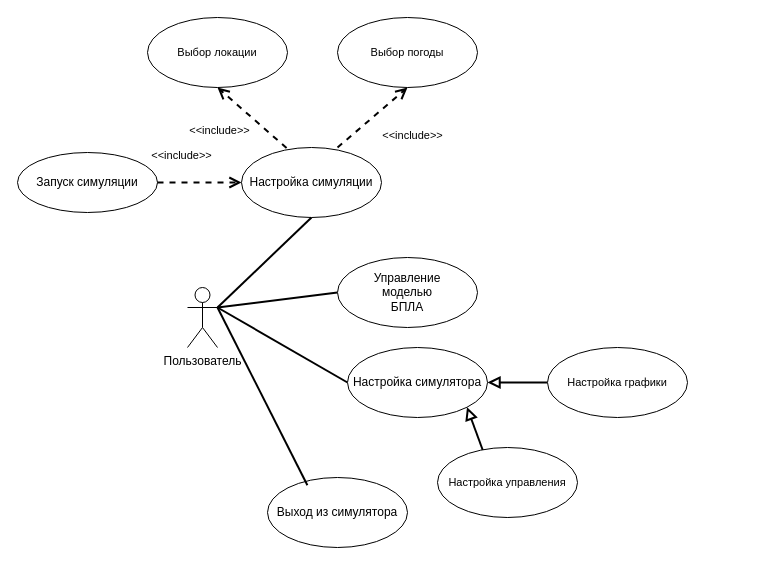
Before: PPS4.drawio in necoray/DrawIo, a draw.io diagram. Source tidied: cells renumbered, new cells numbered last; positions are measured from the earlier drawing's top-left corner, leaving out a move shared by most shapes. Both pictures are drawn from the tidied source at 100%, with x=0, y=0 at pixel (17, 17).
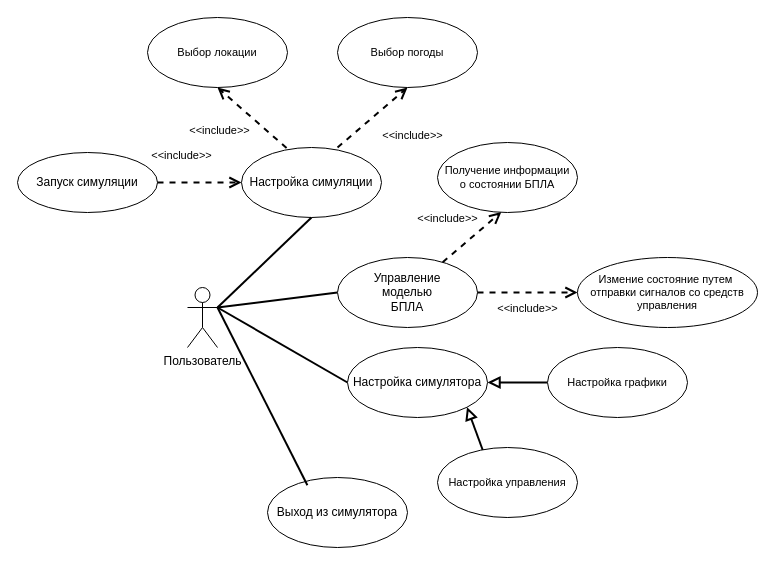
After the change.

Unchanged cells that the change refers to:
```xml
<mxCell id="19" value="Управление&lt;br&gt;моделью&lt;div&gt;БПЛА&lt;/div&gt;" style="ellipse;whiteSpace=wrap;html=1;" parent="1" vertex="1">
  <mxGeometry x="320" y="240" width="140" height="70" as="geometry" />
</mxCell>
```

Change to the diagram source:
```diff
@@
+    <mxCell id="21" value="&amp;lt;&amp;lt;include&amp;gt;&amp;gt;" style="html=1;verticalAlign=bottom;labelBackgroundColor=none;endArrow=open;endFill=0;dashed=1;rounded=0;strokeColor=default;strokeWidth=2;align=center;fontFamily=Helvetica;fontSize=11;fontColor=default;endSize=8;curved=0;entryX=0.456;entryY=0.994;entryDx=0;entryDy=0;entryPerimeter=0;" parent="1" edge="1" source="19" target="22">
+      <mxGeometry x="-0.32" y="23" relative="1" as="geometry" />
+    </mxCell>
+    <mxCell id="22" value="Получение информации&lt;div&gt;о состоянии БПЛА&lt;/div&gt;" style="ellipse;whiteSpace=wrap;html=1;fontFamily=Helvetica;fontSize=11;fontColor=default;labelBackgroundColor=none;" parent="1" vertex="1">
+      <mxGeometry x="420" y="125" width="140" height="70" as="geometry" />
+    </mxCell>
+    <mxCell id="23" value="&amp;lt;&amp;lt;include&amp;gt;&amp;gt;" style="html=1;verticalAlign=bottom;labelBackgroundColor=none;endArrow=open;endFill=0;dashed=1;rounded=0;strokeColor=default;strokeWidth=2;align=center;fontFamily=Helvetica;fontSize=11;fontColor=default;endSize=8;curved=0;entryX=0;entryY=0.5;entryDx=0;entryDy=0;exitX=1;exitY=0.5;exitDx=0;exitDy=0;" parent="1" edge="1" source="19" target="24">
+      <mxGeometry y="-25" relative="1" as="geometry" />
+    </mxCell>
+    <mxCell id="24" value="Измение состояние путем&amp;nbsp;&lt;div&gt;отправки сигналов со средств управления&lt;/div&gt;" style="ellipse;whiteSpace=wrap;html=1;fontFamily=Helvetica;fontSize=11;fontColor=default;labelBackgroundColor=none;" parent="1" vertex="1">
+      <mxGeometry x="560" y="240" width="180" height="70" as="geometry" />
+    </mxCell>
```
